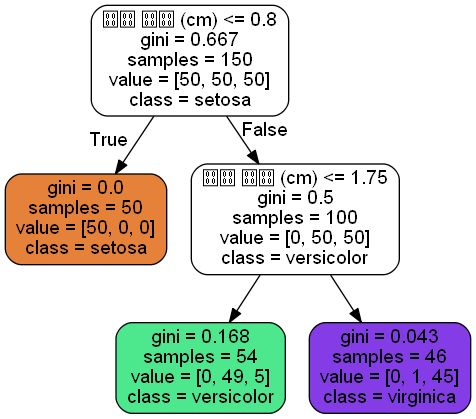
slykid/Python3 keeps this Graphviz diagram as images/decision_trees/iris_tree.png. Above is the earlier version. Its source is kept beside it as images/decision_trees/iris_tree.dot. The source it was exported from:
```dot
digraph Tree {
node [shape=box, style="filled, rounded", color="black", fontname=helvetica] ;
edge [fontname=helvetica] ;
0 [label="꽃잎 너비 (cm) <= 0.8\ngini = 0.667\nsamples = 150\nvalue = [50, 50, 50]\nclass = setosa", fillcolor="#e5813900"] ;
1 [label="gini = 0.0\nsamples = 50\nvalue = [50, 0, 0]\nclass = setosa", fillcolor="#e58139ff"] ;
0 -> 1 [labeldistance=2.5, labelangle=45, headlabel="True"] ;
2 [label="꽃잎 너비 (cm) <= 1.75\ngini = 0.5\nsamples = 100\nvalue = [0, 50, 50]\nclass = versicolor", fillcolor="#39e58100"] ;
0 -> 2 [labeldistance=2.5, labelangle=-45, headlabel="False"] ;
3 [label="gini = 0.168\nsamples = 54\nvalue = [0, 49, 5]\nclass = versicolor", fillcolor="#39e581e5"] ;
2 -> 3 ;
4 [label="gini = 0.043\nsamples = 46\nvalue = [0, 1, 45]\nclass = virginica", fillcolor="#8139e5f9"] ;
2 -> 4 ;
}
```
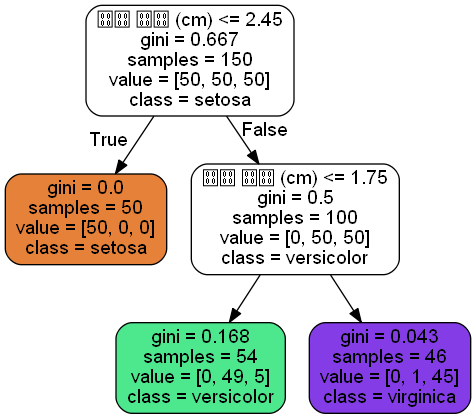
After the commit.

Commit message:
Python ML Lecture: Decision Tree

The edit, as a diff of the source:
```diff
@@ -1,7 +1,7 @@
 digraph Tree {
 node [shape=box, style="filled, rounded", color="black", fontname=helvetica] ;
 edge [fontname=helvetica] ;
-0 [label="꽃잎 너비 (cm) <= 0.8\ngini = 0.667\nsamples = 150\nvalue = [50, 50, 50]\nclass = setosa", fillcolor="#e5813900"] ;
+0 [label="꽃잎 길이 (cm) <= 2.45\ngini = 0.667\nsamples = 150\nvalue = [50, 50, 50]\nclass = setosa", fillcolor="#e5813900"] ;
 1 [label="gini = 0.0\nsamples = 50\nvalue = [50, 0, 0]\nclass = setosa", fillcolor="#e58139ff"] ;
 0 -> 1 [labeldistance=2.5, labelangle=45, headlabel="True"] ;
 2 [label="꽃잎 너비 (cm) <= 1.75\ngini = 0.5\nsamples = 100\nvalue = [0, 50, 50]\nclass = versicolor", fillcolor="#39e58100"] ;
```
